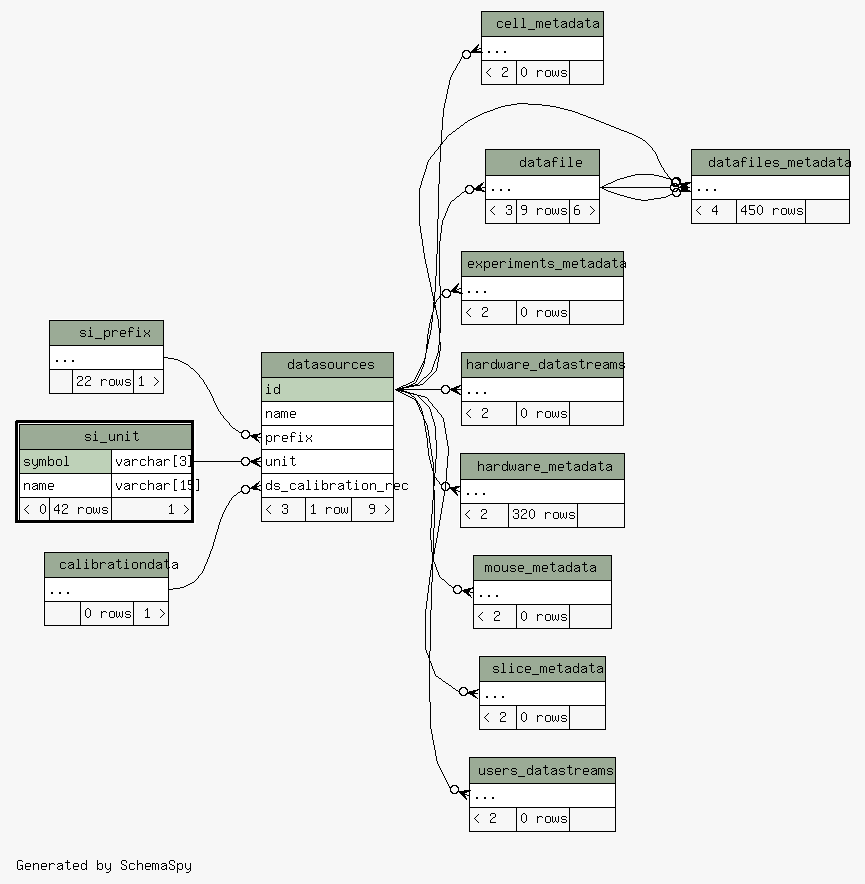
tgbugs/mlab keeps this Graphviz diagram as database/ss/diagrams/si_unit.2degrees.png. Above is the earlier version. Its source is kept beside it as database/ss/diagrams/si_unit.2degrees.dot.
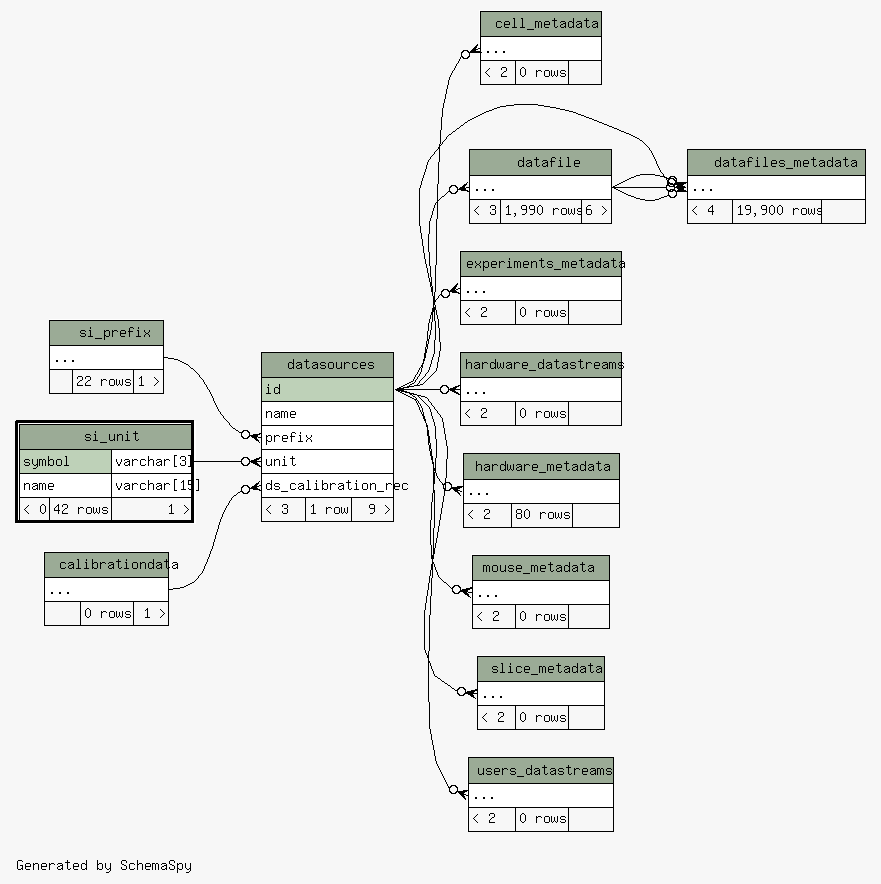
Above is the later version.

Diff of the diagram source:
```diff
@@ -57,7 +57,7 @@
     <TABLE BORDER="0" CELLBORDER="1" CELLSPACING="0" BGCOLOR="#ffffff">
       <TR><TD COLSPAN="3" BGCOLOR="#9bab96" ALIGN="CENTER">datafile</TD></TR>
       <TR><TD PORT="elipses" COLSPAN="3" ALIGN="LEFT">...</TD></TR>
-      <TR><TD ALIGN="LEFT" BGCOLOR="#f7f7f7">&lt; 3</TD><TD ALIGN="RIGHT" BGCOLOR="#f7f7f7">9 rows</TD><TD ALIGN="RIGHT" BGCOLOR="#f7f7f7">6 &gt;</TD></TR>
+      <TR><TD ALIGN="LEFT" BGCOLOR="#f7f7f7">&lt; 3</TD><TD ALIGN="RIGHT" BGCOLOR="#f7f7f7">1,990 rows</TD><TD ALIGN="RIGHT" BGCOLOR="#f7f7f7">6 &gt;</TD></TR>
     </TABLE>>
     URL="datafile.html"
     tooltip="datafile"
@@ -67,7 +67,7 @@
     <TABLE BORDER="0" CELLBORDER="1" CELLSPACING="0" BGCOLOR="#ffffff">
       <TR><TD COLSPAN="3" BGCOLOR="#9bab96" ALIGN="CENTER">datafiles_metadata</TD></TR>
       <TR><TD PORT="elipses" COLSPAN="3" ALIGN="LEFT">...</TD></TR>
-      <TR><TD ALIGN="LEFT" BGCOLOR="#f7f7f7">&lt; 4</TD><TD ALIGN="RIGHT" BGCOLOR="#f7f7f7">450 rows</TD><TD ALIGN="RIGHT" BGCOLOR="#f7f7f7">  </TD></TR>
+      <TR><TD ALIGN="LEFT" BGCOLOR="#f7f7f7">&lt; 4</TD><TD ALIGN="RIGHT" BGCOLOR="#f7f7f7">19,900 rows</TD><TD ALIGN="RIGHT" BGCOLOR="#f7f7f7">  </TD></TR>
     </TABLE>>
     URL="datafiles_metadata.html"
     tooltip="datafiles_metadata"
@@ -111,7 +111,7 @@
     <TABLE BORDER="0" CELLBORDER="1" CELLSPACING="0" BGCOLOR="#ffffff">
       <TR><TD COLSPAN="3" BGCOLOR="#9bab96" ALIGN="CENTER">hardware_metadata</TD></TR>
       <TR><TD PORT="elipses" COLSPAN="3" ALIGN="LEFT">...</TD></TR>
-      <TR><TD ALIGN="LEFT" BGCOLOR="#f7f7f7">&lt; 2</TD><TD ALIGN="RIGHT" BGCOLOR="#f7f7f7">320 rows</TD><TD ALIGN="RIGHT" BGCOLOR="#f7f7f7">  </TD></TR>
+      <TR><TD ALIGN="LEFT" BGCOLOR="#f7f7f7">&lt; 2</TD><TD ALIGN="RIGHT" BGCOLOR="#f7f7f7">80 rows</TD><TD ALIGN="RIGHT" BGCOLOR="#f7f7f7">  </TD></TR>
     </TABLE>>
     URL="hardware_metadata.html"
     tooltip="hardware_metadata"
```
